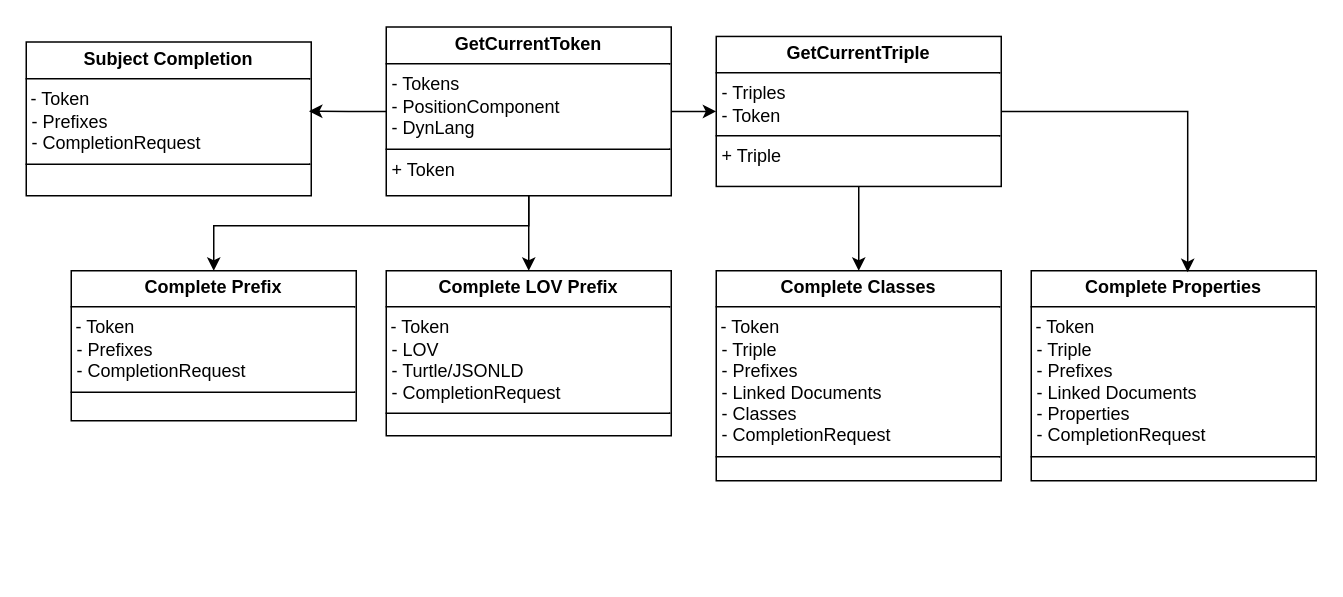
This is images/Completion.drawio from ajuvercr/semantic-lsp-eswc2025, a draw.io file, before an edit. Source tidied: cells renumbered, new cells numbered last; positions are measured from the earlier drawing's top-left corner, leaving out a move shared by most shapes. Both pictures are drawn from the tidied source at 150%, with x=0, y=0 at pixel (26, 27).
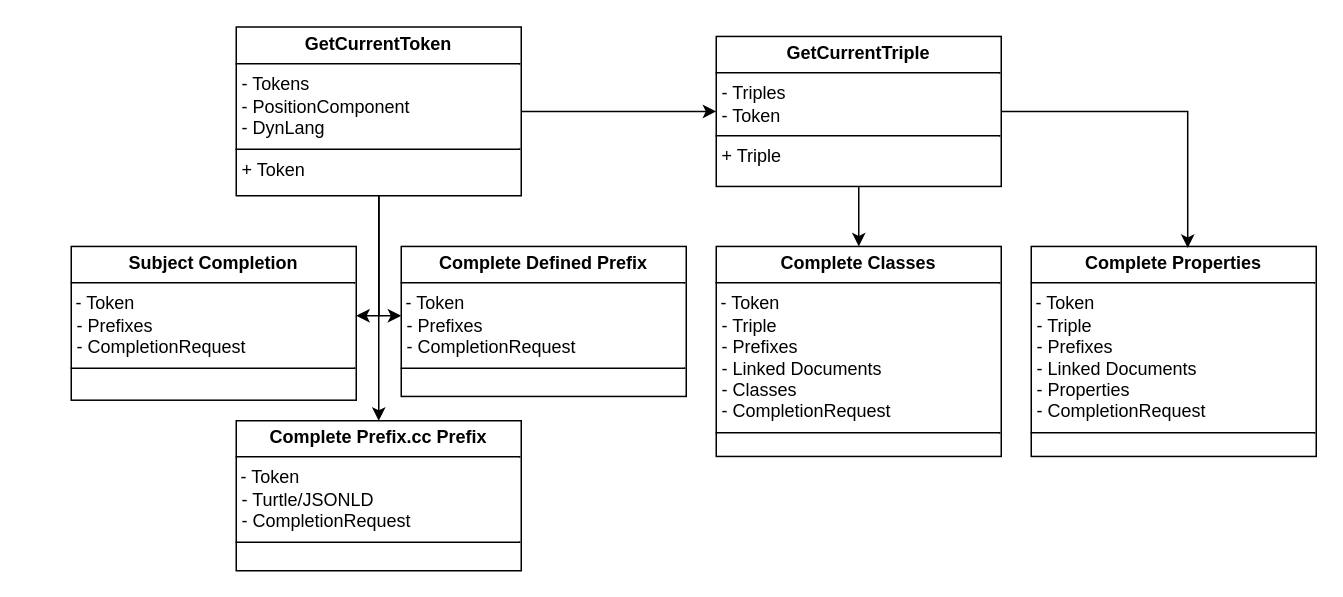
Above is the later version.

What changed in the source:
```diff
@@
 <mxGraphModel>
   <root>
     <mxCell id="0" />
     <mxCell id="1" parent="0" />
+    <mxCell id="4" style="edgeStyle=orthogonalEdgeStyle;rounded=0;jettySize=auto;html=1;entryX=0;entryY=0.5;entryDx=0;entryDy=0;" parent="1" edge="1" source="5" target="7">
+      <mxGeometry relative="1" as="geometry" />
+    </mxCell>
     <mxCell id="2" style="edgeStyle=orthogonalEdgeStyle;rounded=0;jettySize=auto;html=1;" parent="1" edge="1" source="5" target="13">
-      <mxGeometry relative="1" as="geometry" />
+      <mxGeometry relative="1" as="geometry">
+        <Array as="points">
+          <mxPoint x="235" y="202" />
+        </Array>
+      </mxGeometry>
     </mxCell>
-    <mxCell id="3" style="edgeStyle=orthogonalEdgeStyle;rounded=0;jettySize=auto;html=1;entryX=0.5;entryY=0;entryDx=0;entryDy=0;" parent="1" edge="1" source="5" target="10">
+    <mxCell id="3" style="edgeStyle=orthogonalEdgeStyle;rounded=0;jettySize=auto;html=1;" parent="1" edge="1" source="5" target="10">
       <mxGeometry relative="1" as="geometry">
         <Array as="points">
-          <mxPoint x="335" y="132" />
-          <mxPoint x="125" y="132" />
+          <mxPoint x="235" y="192" />
         </Array>
       </mxGeometry>
     </mxCell>
-    <mxCell id="4" style="edgeStyle=orthogonalEdgeStyle;rounded=0;jettySize=auto;html=1;entryX=0;entryY=0.5;entryDx=0;entryDy=0;" parent="1" edge="1" source="5" target="7">
-      <mxGeometry relative="1" as="geometry" />
-    </mxCell>
+    <mxCell id="14" style="edgeStyle=orthogonalEdgeStyle;rounded=0;jettySize=auto;html=1;" parent="1" edge="1" source="5" target="11">
+      <mxGeometry relative="1" as="geometry">
+        <Array as="points">
+          <mxPoint x="235" y="192" />
+        </Array>
+      </mxGeometry>
+    </mxCell>
     <mxCell id="5" value="&lt;p style=&quot;margin:0px;margin-top:4px;text-align:center;&quot;&gt;&lt;b&gt;GetCurrentToken&lt;/b&gt;&lt;/p&gt;&lt;hr size=&quot;1&quot; style=&quot;border-style:solid;&quot;&gt;&lt;p style=&quot;margin:0px;margin-left:4px;&quot;&gt;- Tokens&lt;br&gt;-&amp;nbsp;PositionComponent&lt;/p&gt;&lt;p style=&quot;margin:0px;margin-left:4px;&quot;&gt;- DynLang&lt;/p&gt;&lt;hr size=&quot;1&quot; style=&quot;border-style:solid;&quot;&gt;&lt;p style=&quot;margin:0px;margin-left:4px;&quot;&gt;+ Token&lt;/p&gt;" style="verticalAlign=top;align=left;overflow=fill;html=1;whiteSpace=wrap;" parent="1" vertex="1">
-      <mxGeometry x="240" y="-0.5" width="190" height="112.5" as="geometry" />
+      <mxGeometry x="140" y="-0.5" width="190" height="112.5" as="geometry" />
     </mxCell>
     <mxCell id="6" style="edgeStyle=orthogonalEdgeStyle;rounded=0;jettySize=auto;html=1;entryX=0.5;entryY=0;entryDx=0;entryDy=0;" parent="1" edge="1" source="7" target="8">
       <mxGeometry relative="1" as="geometry" />
     </mxCell>
     <mxCell id="7" value="&lt;p style=&quot;margin:0px;margin-top:4px;text-align:center;&quot;&gt;&lt;b&gt;GetCurrentTriple&lt;/b&gt;&lt;/p&gt;&lt;hr size=&quot;1&quot; style=&quot;border-style:solid;&quot;&gt;&lt;p style=&quot;margin:0px;margin-left:4px;&quot;&gt;- Triples&lt;/p&gt;&lt;p style=&quot;margin:0px;margin-left:4px;&quot;&gt;- Token&lt;br&gt;&lt;/p&gt;&lt;hr size=&quot;1&quot; style=&quot;border-style:solid;&quot;&gt;&lt;p style=&quot;margin:0px;margin-left:4px;&quot;&gt;&lt;span style=&quot;background-color: initial;&quot;&gt;+ Triple&lt;/span&gt;&lt;br&gt;&lt;/p&gt;" style="verticalAlign=top;align=left;overflow=fill;html=1;whiteSpace=wrap;" parent="1" vertex="1">
       <mxGeometry x="460" y="5.8" width="190" height="100" as="geometry" />
     </mxCell>
     <mxCell id="8" value="&lt;p style=&quot;margin:0px;margin-top:4px;text-align:center;&quot;&gt;&lt;b&gt;Complete Classes&lt;/b&gt;&lt;/p&gt;&lt;hr size=&quot;1&quot; style=&quot;border-style:solid;&quot;&gt;&amp;nbsp;- Token&lt;p style=&quot;margin:0px;margin-left:4px;&quot;&gt;- Triple&lt;br&gt;&lt;/p&gt;&lt;p style=&quot;margin:0px;margin-left:4px;&quot;&gt;- Prefixes&lt;/p&gt;&lt;p style=&quot;margin:0px;margin-left:4px;&quot;&gt;- Linked Documents&lt;/p&gt;&lt;p style=&quot;margin:0px;margin-left:4px;&quot;&gt;- Classes&lt;/p&gt;&lt;p style=&quot;margin:0px;margin-left:4px;&quot;&gt;- CompletionRequest&lt;/p&gt;&lt;hr size=&quot;1&quot; style=&quot;border-style:solid;&quot;&gt;&lt;p style=&quot;margin:0px;margin-left:4px;&quot;&gt;&lt;br&gt;&lt;/p&gt;" style="verticalAlign=top;align=left;overflow=fill;html=1;whiteSpace=wrap;" parent="1" vertex="1">
-      <mxGeometry x="460" y="162" width="190" height="140" as="geometry" />
+      <mxGeometry x="460" y="145.8" width="190" height="140" as="geometry" />
     </mxCell>
     <mxCell id="9" value="&lt;p style=&quot;margin:0px;margin-top:4px;text-align:center;&quot;&gt;&lt;b&gt;Complete Properties&lt;/b&gt;&lt;/p&gt;&lt;hr size=&quot;1&quot; style=&quot;border-style:solid;&quot;&gt;&amp;nbsp;- Token&lt;p style=&quot;margin:0px;margin-left:4px;&quot;&gt;- Triple&lt;br&gt;&lt;/p&gt;&lt;p style=&quot;margin:0px;margin-left:4px;&quot;&gt;- Prefixes&lt;/p&gt;&lt;p style=&quot;margin:0px;margin-left:4px;&quot;&gt;- Linked Documents&lt;/p&gt;&lt;p style=&quot;margin:0px;margin-left:4px;&quot;&gt;- Properties&lt;/p&gt;&lt;p style=&quot;margin:0px;margin-left:4px;&quot;&gt;- CompletionRequest&lt;/p&gt;&lt;hr size=&quot;1&quot; style=&quot;border-style:solid;&quot;&gt;&lt;p style=&quot;margin:0px;margin-left:4px;&quot;&gt;&lt;br&gt;&lt;/p&gt;" style="verticalAlign=top;align=left;overflow=fill;html=1;whiteSpace=wrap;" parent="1" vertex="1">
-      <mxGeometry x="670" y="162" width="190" height="140" as="geometry" />
+      <mxGeometry x="670" y="145.8" width="190" height="140" as="geometry" />
     </mxCell>
-    <mxCell id="10" value="&lt;p style=&quot;margin:0px;margin-top:4px;text-align:center;&quot;&gt;&lt;b&gt;Complete Prefix&lt;/b&gt;&lt;/p&gt;&lt;hr size=&quot;1&quot; style=&quot;border-style:solid;&quot;&gt;&amp;nbsp;- Token&lt;p style=&quot;margin:0px;margin-left:4px;&quot;&gt;- Prefixes&lt;/p&gt;&lt;p style=&quot;margin:0px;margin-left:4px;&quot;&gt;&lt;span style=&quot;background-color: initial;&quot;&gt;- CompletionRequest&lt;/span&gt;&lt;br&gt;&lt;/p&gt;&lt;hr size=&quot;1&quot; style=&quot;border-style:solid;&quot;&gt;&lt;p style=&quot;margin:0px;margin-left:4px;&quot;&gt;&lt;br&gt;&lt;/p&gt;" style="verticalAlign=top;align=left;overflow=fill;html=1;whiteSpace=wrap;" parent="1" vertex="1">
-      <mxGeometry x="30" y="162" width="190" height="100" as="geometry" />
+    <mxCell id="10" value="&lt;p style=&quot;margin:0px;margin-top:4px;text-align:center;&quot;&gt;&lt;b&gt;Complete Defined Prefix&lt;/b&gt;&lt;/p&gt;&lt;hr size=&quot;1&quot; style=&quot;border-style:solid;&quot;&gt;&amp;nbsp;- Token&lt;p style=&quot;margin:0px;margin-left:4px;&quot;&gt;- Prefixes&lt;/p&gt;&lt;p style=&quot;margin:0px;margin-left:4px;&quot;&gt;&lt;span style=&quot;background-color: initial;&quot;&gt;- CompletionRequest&lt;/span&gt;&lt;br&gt;&lt;/p&gt;&lt;hr size=&quot;1&quot; style=&quot;border-style:solid;&quot;&gt;&lt;p style=&quot;margin:0px;margin-left:4px;&quot;&gt;&lt;br&gt;&lt;/p&gt;" style="verticalAlign=top;align=left;overflow=fill;html=1;whiteSpace=wrap;" parent="1" vertex="1">
+      <mxGeometry x="250" y="145.8" width="190" height="100" as="geometry" />
     </mxCell>
     <mxCell id="11" value="&lt;p style=&quot;margin:0px;margin-top:4px;text-align:center;&quot;&gt;&lt;b&gt;Subject Completion&lt;/b&gt;&lt;/p&gt;&lt;hr size=&quot;1&quot; style=&quot;border-style:solid;&quot;&gt;&amp;nbsp;- Token&lt;p style=&quot;margin:0px;margin-left:4px;&quot;&gt;- Prefixes&lt;/p&gt;&lt;p style=&quot;margin:0px;margin-left:4px;&quot;&gt;- CompletionRequest&lt;/p&gt;&lt;hr size=&quot;1&quot; style=&quot;border-style:solid;&quot;&gt;&lt;p style=&quot;margin:0px;margin-left:4px;&quot;&gt;&lt;br&gt;&lt;/p&gt;" style="verticalAlign=top;align=left;overflow=fill;html=1;whiteSpace=wrap;" parent="1" vertex="1">
-      <mxGeometry y="9.5" width="190" height="102.5" as="geometry" />
+      <mxGeometry x="30" y="145.8" width="190" height="102.5" as="geometry" />
     </mxCell>
     <mxCell id="12" style="edgeStyle=orthogonalEdgeStyle;rounded=0;jettySize=auto;html=1;entryX=0.549;entryY=0.007;entryDx=0;entryDy=0;entryPerimeter=0;" parent="1" edge="1" source="7" target="9">
       <mxGeometry relative="1" as="geometry" />
     </mxCell>
-    <mxCell id="13" value="&lt;p style=&quot;margin:0px;margin-top:4px;text-align:center;&quot;&gt;&lt;b&gt;Complete LOV Prefix&lt;/b&gt;&lt;/p&gt;&lt;hr size=&quot;1&quot; style=&quot;border-style:solid;&quot;&gt;&amp;nbsp;- Token&lt;p style=&quot;margin:0px;margin-left:4px;&quot;&gt;- LOV&lt;/p&gt;&lt;p style=&quot;margin:0px;margin-left:4px;&quot;&gt;- Turtle/JSONLD&lt;/p&gt;&lt;p style=&quot;margin:0px;margin-left:4px;&quot;&gt;&lt;span style=&quot;background-color: initial;&quot;&gt;- CompletionRequest&lt;/span&gt;&lt;br&gt;&lt;/p&gt;&lt;hr size=&quot;1&quot; style=&quot;border-style:solid;&quot;&gt;&lt;p style=&quot;margin:0px;margin-left:4px;&quot;&gt;&lt;br&gt;&lt;/p&gt;" style="verticalAlign=top;align=left;overflow=fill;html=1;whiteSpace=wrap;" parent="1" vertex="1">
-      <mxGeometry x="240" y="162" width="190" height="110" as="geometry" />
+    <mxCell id="13" value="&lt;p style=&quot;margin:0px;margin-top:4px;text-align:center;&quot;&gt;&lt;b&gt;Complete Prefix.cc Prefix&lt;/b&gt;&lt;/p&gt;&lt;hr size=&quot;1&quot; style=&quot;border-style:solid;&quot;&gt;&amp;nbsp;- Token&lt;p style=&quot;margin:0px;margin-left:4px;&quot;&gt;&lt;span style=&quot;background-color: initial;&quot;&gt;- Turtle/JSONLD&lt;/span&gt;&lt;br&gt;&lt;/p&gt;&lt;p style=&quot;margin:0px;margin-left:4px;&quot;&gt;&lt;span style=&quot;background-color: initial;&quot;&gt;- CompletionRequest&lt;/span&gt;&lt;br&gt;&lt;/p&gt;&lt;hr size=&quot;1&quot; style=&quot;border-style:solid;&quot;&gt;&lt;p style=&quot;margin:0px;margin-left:4px;&quot;&gt;&lt;br&gt;&lt;/p&gt;" style="verticalAlign=top;align=left;overflow=fill;html=1;whiteSpace=wrap;" parent="1" vertex="1">
+      <mxGeometry x="140" y="262" width="190" height="100" as="geometry" />
     </mxCell>
-    <mxCell id="14" style="edgeStyle=orthogonalEdgeStyle;rounded=0;jettySize=auto;html=1;entryX=0.992;entryY=0.45;entryDx=0;entryDy=0;entryPerimeter=0;" parent="1" edge="1" source="5" target="11">
-      <mxGeometry relative="1" as="geometry" />
-    </mxCell>
   </root>
 </mxGraphModel>
```
